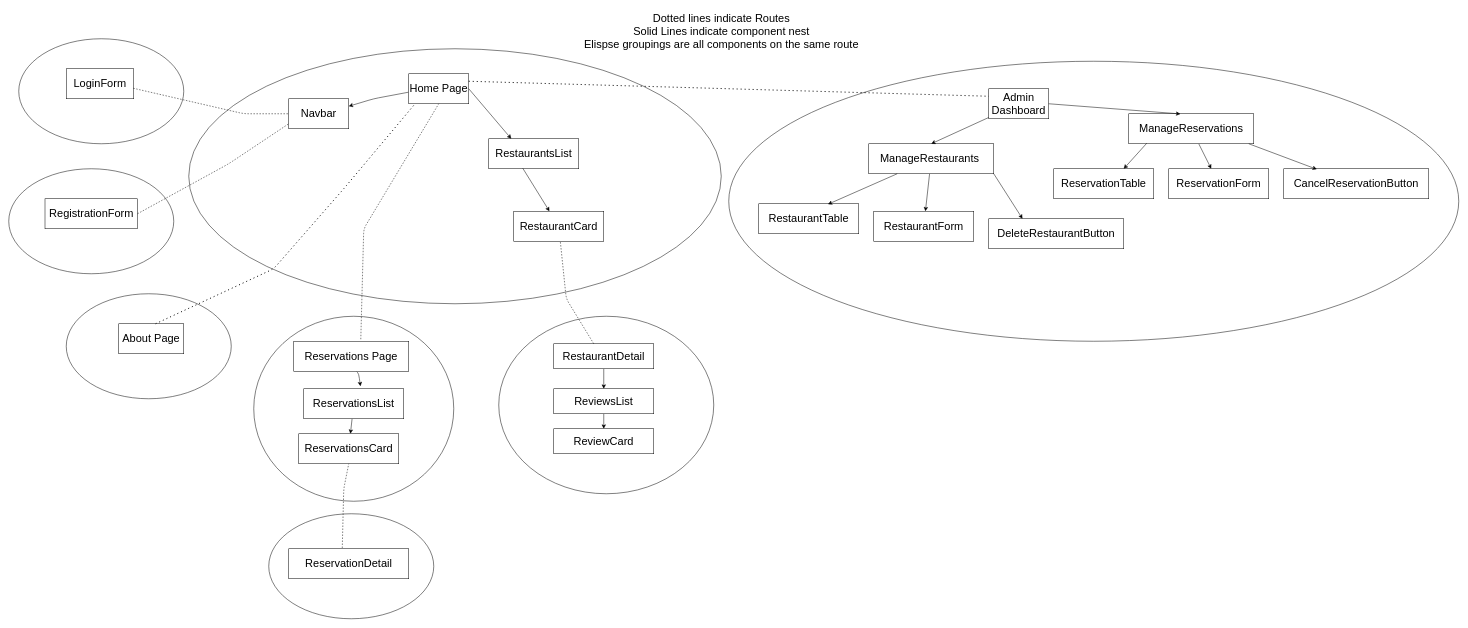
christopherthai/bite-reserve keeps this draw.io diagram as planning/component-tree.drawio. Above is the earlier version. Source tidied: cells renumbered, new cells numbered last; positions are measured from the earlier drawing's top-left corner, leaving out a move shared by most shapes. Both pictures are drawn from the tidied source at 50%, with x=0, y=0 at pixel (8, 8).
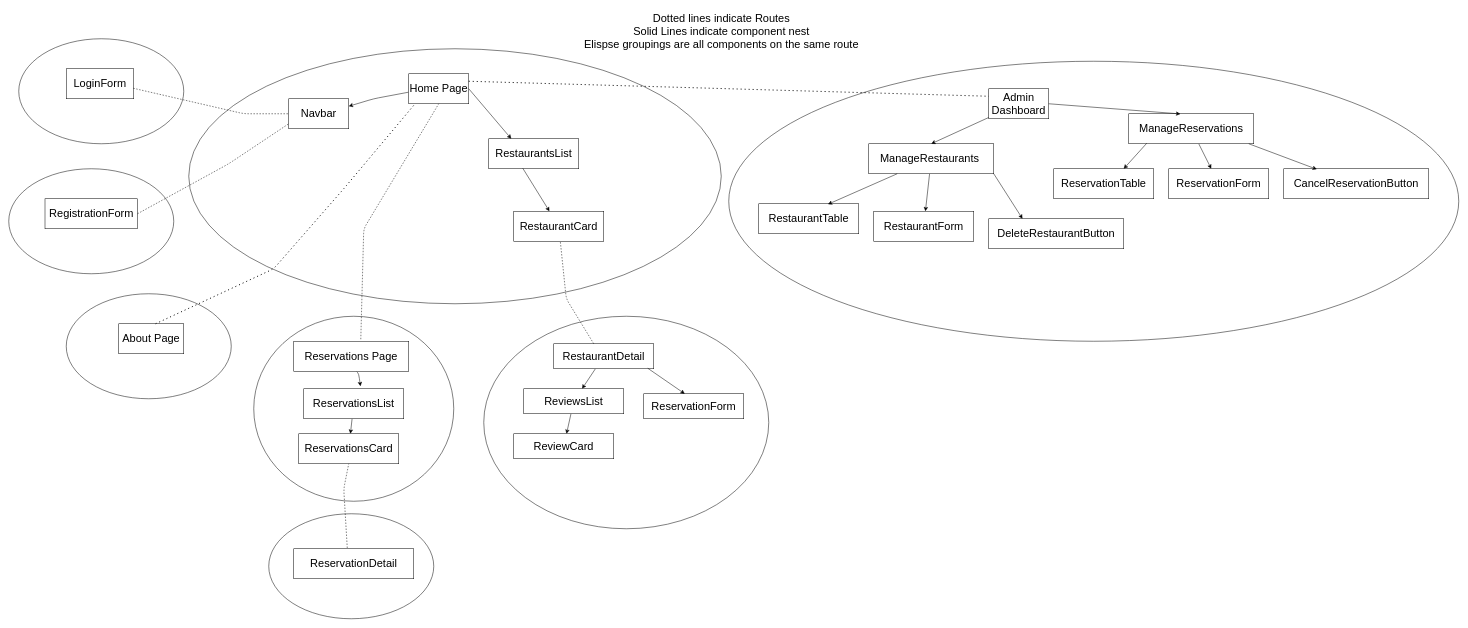
The same diagram, later.

Unchanged cells that the change refers to:
```xml
<mxCell id="11" value="RestaurantDetail" style="whiteSpace=wrap;html=1;fontSize=22;" parent="1" vertex="1">
  <mxGeometry x="1090" y="670" width="200" height="50" as="geometry" />
</mxCell>
```

What changed in the source:
```diff
@@
     <mxCell id="5" style="ellipse;whiteSpace=wrap;html=1;fontSize=22;shadow=0;" parent="1" vertex="1">
-      <mxGeometry x="980" y="615" width="430" height="355" as="geometry" />
+      <mxGeometry x="950" y="615" width="570" height="425" as="geometry" />
     </mxCell>
@@
     <mxCell id="34" value="ReviewsList" style="whiteSpace=wrap;html=1;fontSize=22;" parent="1" vertex="1">
-      <mxGeometry x="1090" y="760" width="200" height="50" as="geometry" />
+      <mxGeometry x="1030" y="760" width="200" height="50" as="geometry" />
     </mxCell>
     <mxCell id="35" value="ReviewCard" style="whiteSpace=wrap;html=1;fontSize=22;" parent="1" vertex="1">
-      <mxGeometry x="1090" y="840" width="200" height="50" as="geometry" />
+      <mxGeometry x="1010" y="850" width="200" height="50" as="geometry" />
     </mxCell>
@@
     <mxCell id="54" value="ReservationDetail" style="whiteSpace=wrap;html=1;fontSize=22;" parent="1" vertex="1">
-      <mxGeometry x="560" y="1080" width="240" height="60" as="geometry" />
+      <mxGeometry x="570" y="1080" width="240" height="60" as="geometry" />
     </mxCell>
@@
+    <mxCell id="56" value="ReservationForm" style="whiteSpace=wrap;html=1;fontSize=22;" parent="1" vertex="1">
+      <mxGeometry x="1270" y="770" width="200" height="50" as="geometry" />
+    </mxCell>
+    <mxCell id="57" style="edgeStyle=none;html=1;entryX=0.41;entryY=0;entryDx=0;entryDy=0;entryPerimeter=0;exitX=0.94;exitY=0.98;exitDx=0;exitDy=0;exitPerimeter=0;" parent="1" edge="1" source="11" target="56">
+      <mxGeometry relative="1" as="geometry" />
+    </mxCell>
```
